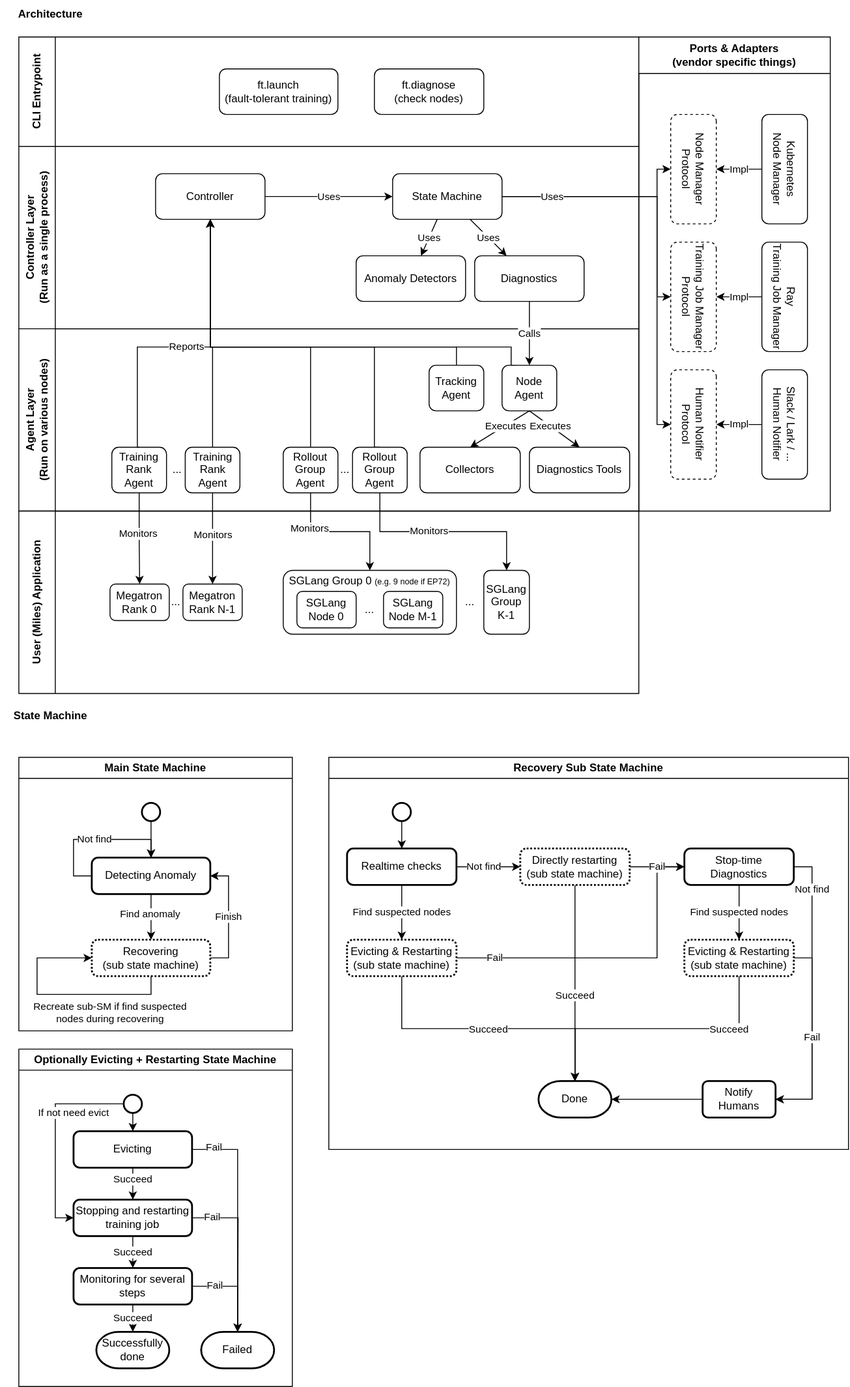
This is miles/utils/ft/ft_arch.svg from radixark/miles, a draw.io export, as it was before one commit. Source tidied: cells renumbered, new cells last; positions are measured from the earlier drawing's top-left corner, leaving out a move shared by most shapes.
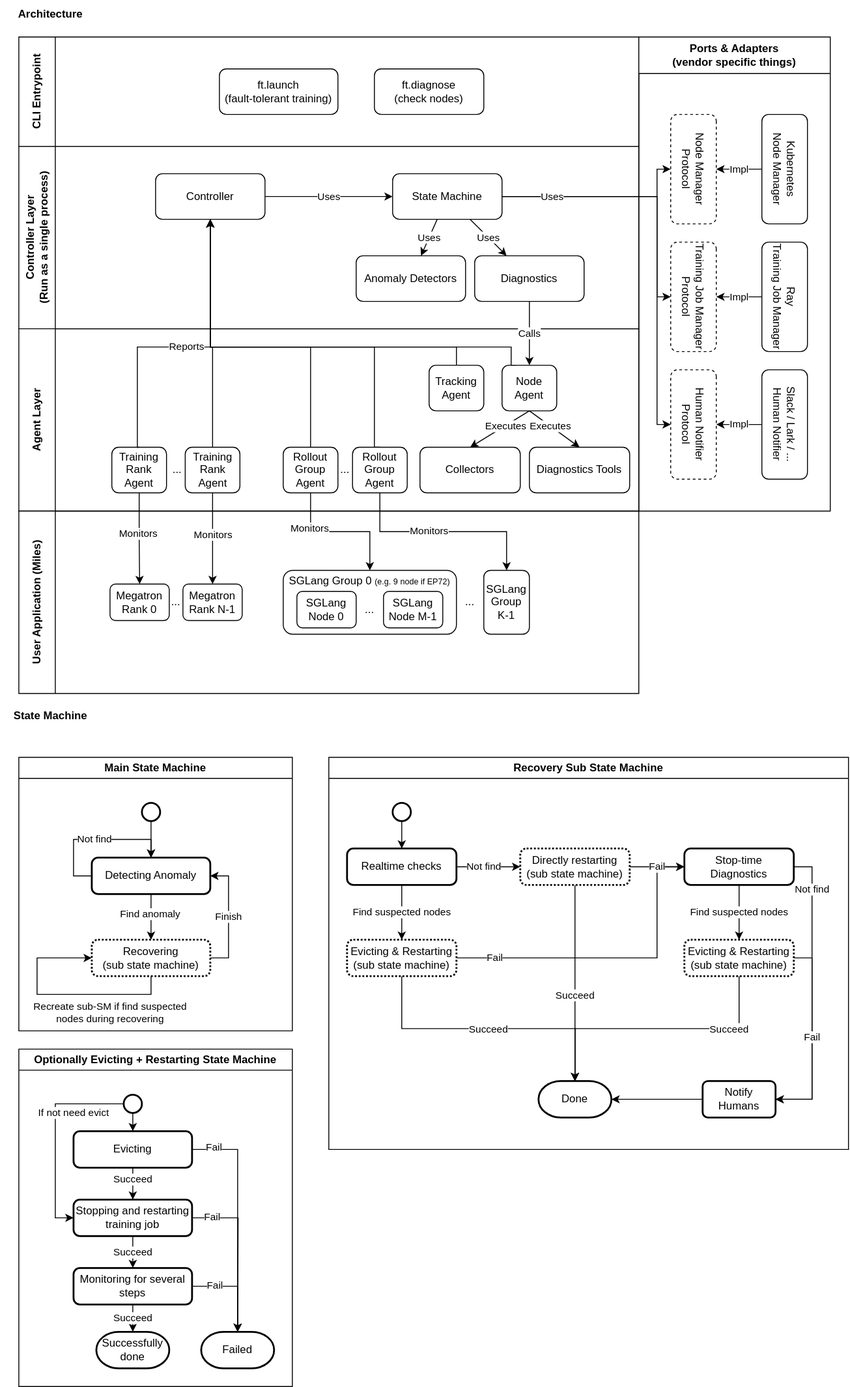
After the change.

Change to the diagram source:
```diff
@@ -32,7 +32,7 @@
     <mxCell id="11" value="State Machine" style="rounded=1;whiteSpace=wrap;html=1;" parent="4" vertex="1">
       <mxGeometry x="410" y="30" width="120" height="50" as="geometry" />
     </mxCell>
-    <mxCell id="12" value="Agent Layer&lt;br&gt;(Run on various nodes)" style="swimlane;horizontal=0;whiteSpace=wrap;html=1;startSize=40;" parent="1" vertex="1">
+    <mxCell id="12" value="Agent Layer" style="swimlane;horizontal=0;whiteSpace=wrap;html=1;startSize=40;" parent="1" vertex="1">
       <mxGeometry x="20" y="360" width="680" height="200" as="geometry" />
     </mxCell>
     <mxCell id="13" style="rounded=0;jettySize=auto;html=1;exitX=0.5;exitY=1;exitDx=0;exitDy=0;entryX=0.5;entryY=0;entryDx=0;entryDy=0;" parent="12" edge="1" source="15" target="18">
@@ -365,7 +365,7 @@
     <mxCell id="100" value="Impl" style="edgeStyle=orthogonalEdgeStyle;rounded=0;jettySize=auto;html=1;exitX=0.5;exitY=1;exitDx=0;exitDy=0;entryX=0.5;entryY=0;entryDx=0;entryDy=0;" parent="91" edge="1" source="97" target="93">
       <mxGeometry relative="1" as="geometry" />
     </mxCell>
-    <mxCell id="101" value="User (Miles) Application" style="swimlane;horizontal=0;whiteSpace=wrap;html=1;startSize=40;" parent="1" vertex="1">
+    <mxCell id="101" value="User Application (Miles)" style="swimlane;horizontal=0;whiteSpace=wrap;html=1;startSize=40;" parent="1" vertex="1">
       <mxGeometry x="20" y="560" width="680" height="200" as="geometry" />
     </mxCell>
     <mxCell id="102" value="Megatron Rank 0" style="rounded=1;whiteSpace=wrap;html=1;" parent="101" vertex="1">
```
